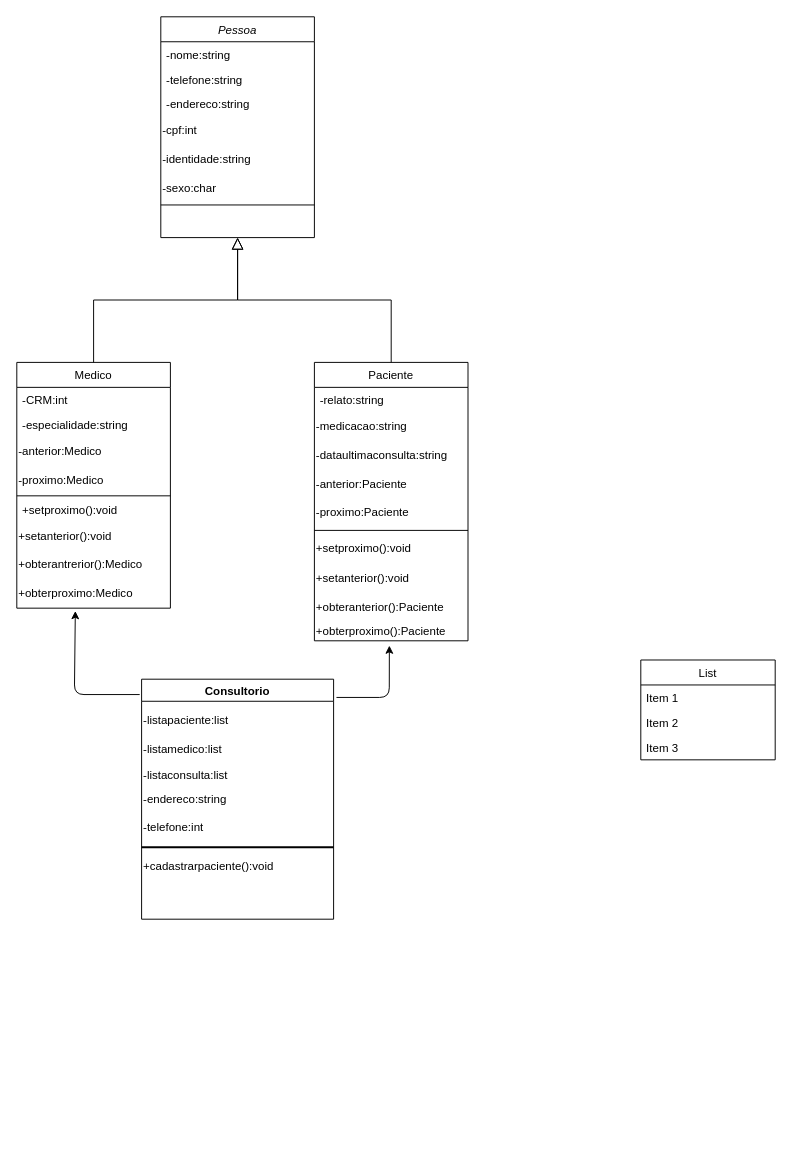
Before: Diagrama do consultorio medico.drawio in frankleitelemoscosta/Orientacao-a-objeto, a draw.io diagram. Source tidied: cells renumbered, new cells numbered last; positions are measured from the earlier drawing's top-left corner, leaving out a move shared by most shapes. Both pictures are drawn from the tidied source at 96%, with x=0, y=0 at pixel (16, 16).
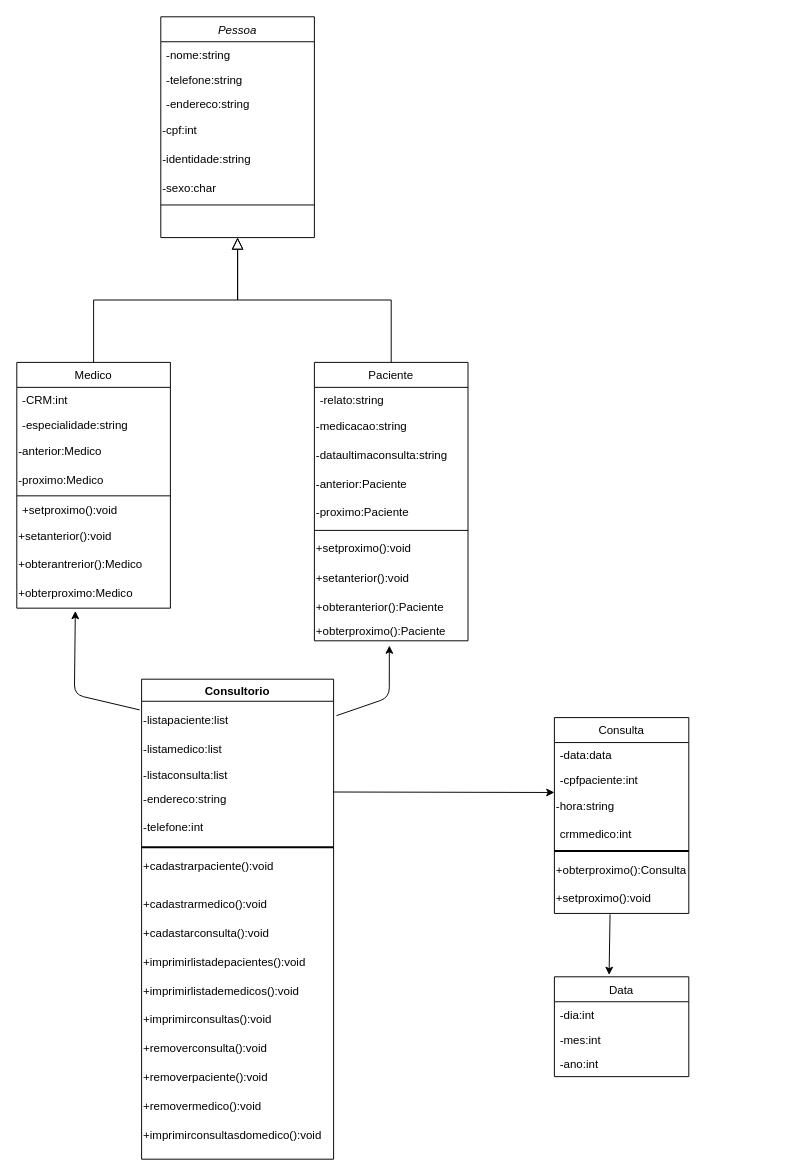
Above is the later version.

Commit message:
adicionando novas classes ao diagrama,adding new class in the class diagram

The change refers to these unchanged cells:
```xml
<mxCell id="38" value="-endereco:string" style="text;html=1;strokeColor=none;fillColor=none;align=left;verticalAlign=middle;whiteSpace=wrap;rounded=0;" parent="33" vertex="1">
  <mxGeometry y="110" width="200" height="30" as="geometry" />
</mxCell>
```

Change to the diagram source:
```diff
@@
     <mxCell id="33" value="Consultorio" style="swimlane;align=center;" parent="1" vertex="1">
-      <mxGeometry x="130" y="690" width="200" height="250" as="geometry" />
+      <mxGeometry x="130" y="690" width="200" height="500" as="geometry" />
     </mxCell>
@@
-    <mxCell id="41" value="List" style="swimlane;fontStyle=0;horizontal=1;startSize=26;fillColor=none;" parent="1" vertex="1">
-      <mxGeometry x="650" y="670" width="140" height="104" as="geometry" />
-    </mxCell>
-    <mxCell id="42" value="Item 1" style="text;strokeColor=none;fillColor=none;align=left;verticalAlign=top;spacingLeft=4;spacingRight=4;overflow=hidden;" parent="41" vertex="1">
-      <mxGeometry y="26" width="140" height="26" as="geometry" />
-    </mxCell>
-    <mxCell id="43" value="Item 2" style="text;strokeColor=none;fillColor=none;align=left;verticalAlign=top;spacingLeft=4;spacingRight=4;overflow=hidden;" parent="41" vertex="1">
-      <mxGeometry y="52" width="140" height="26" as="geometry" />
-    </mxCell>
-    <mxCell id="44" value="Item 3" style="text;strokeColor=none;fillColor=none;align=left;verticalAlign=top;spacingLeft=4;spacingRight=4;overflow=hidden;" parent="41" vertex="1">
-      <mxGeometry y="78" width="140" height="26" as="geometry" />
-    </mxCell>
+    <mxCell id="47" value="+cadastrarmedico():void" style="text;html=1;strokeColor=none;fillColor=none;align=left;verticalAlign=middle;whiteSpace=wrap;rounded=0;" parent="33" vertex="1">
+      <mxGeometry y="220" width="200" height="30" as="geometry" />
+    </mxCell>
+    <mxCell id="48" value="+cadastarconsulta():void" style="text;html=1;strokeColor=none;fillColor=none;align=left;verticalAlign=middle;whiteSpace=wrap;rounded=0;" parent="33" vertex="1">
+      <mxGeometry y="250" width="200" height="30" as="geometry" />
+    </mxCell>
+    <mxCell id="49" value="+imprimirlistadepacientes():void" style="text;html=1;strokeColor=none;fillColor=none;align=left;verticalAlign=middle;whiteSpace=wrap;rounded=0;" parent="33" vertex="1">
+      <mxGeometry y="280" width="200" height="30" as="geometry" />
+    </mxCell>
+    <mxCell id="50" value="+imprimirlistademedicos():void" style="text;html=1;strokeColor=none;fillColor=none;align=left;verticalAlign=middle;whiteSpace=wrap;rounded=0;" parent="33" vertex="1">
+      <mxGeometry y="310" width="200" height="30" as="geometry" />
+    </mxCell>
+    <mxCell id="51" value="+imprimirconsultasdomedico():void" style="text;html=1;strokeColor=none;fillColor=none;align=left;verticalAlign=middle;whiteSpace=wrap;rounded=0;" parent="33" vertex="1">
+      <mxGeometry y="460" width="200" height="30" as="geometry" />
+    </mxCell>
@@
+    <mxCell id="52" value="+imprimirconsultas():void" style="text;html=1;strokeColor=none;fillColor=none;align=left;verticalAlign=middle;whiteSpace=wrap;rounded=0;" parent="1" vertex="1">
+      <mxGeometry x="130" y="1030" width="200" height="30" as="geometry" />
+    </mxCell>
+    <mxCell id="53" value="+removerconsulta():void" style="text;html=1;strokeColor=none;fillColor=none;align=left;verticalAlign=middle;whiteSpace=wrap;rounded=0;" parent="1" vertex="1">
+      <mxGeometry x="130" y="1060" width="200" height="30" as="geometry" />
+    </mxCell>
+    <mxCell id="54" value="+removerpaciente():void" style="text;html=1;strokeColor=none;fillColor=none;align=left;verticalAlign=middle;whiteSpace=wrap;rounded=0;" parent="1" vertex="1">
+      <mxGeometry x="130" y="1090" width="200" height="30" as="geometry" />
+    </mxCell>
+    <mxCell id="55" value="+removermedico():void" style="text;html=1;strokeColor=none;fillColor=none;align=left;verticalAlign=middle;whiteSpace=wrap;rounded=0;" parent="1" vertex="1">
+      <mxGeometry x="130" y="1120" width="200" height="30" as="geometry" />
+    </mxCell>
+    <mxCell id="56" value="Consulta" style="swimlane;fontStyle=0;horizontal=1;startSize=26;fillColor=none;" parent="1" vertex="1">
+      <mxGeometry x="560" y="730" width="140" height="204" as="geometry" />
+    </mxCell>
+    <mxCell id="57" value="-data:data" style="text;strokeColor=none;fillColor=none;align=left;verticalAlign=top;spacingLeft=4;spacingRight=4;overflow=hidden;" parent="56" vertex="1">
+      <mxGeometry y="26" width="140" height="26" as="geometry" />
+    </mxCell>
+    <mxCell id="58" value="-cpfpaciente:int" style="text;strokeColor=none;fillColor=none;align=left;verticalAlign=top;spacingLeft=4;spacingRight=4;overflow=hidden;" parent="56" vertex="1">
+      <mxGeometry y="52" width="140" height="26" as="geometry" />
+    </mxCell>
+    <mxCell id="59" value="-hora:string" style="text;html=1;strokeColor=none;fillColor=none;align=left;verticalAlign=middle;whiteSpace=wrap;rounded=0;" parent="56" vertex="1">
+      <mxGeometry y="78" width="140" height="30" as="geometry" />
+    </mxCell>
+    <mxCell id="60" value="crmmedico:int" style="text;strokeColor=none;fillColor=none;align=left;verticalAlign=top;spacingLeft=4;spacingRight=4;overflow=hidden;" parent="56" vertex="1">
+      <mxGeometry y="108" width="140" height="26" as="geometry" />
+    </mxCell>
+    <mxCell id="61" style="line;strokeWidth=2;html=1;" parent="56" vertex="1">
+      <mxGeometry y="134" width="140" height="10" as="geometry" />
+    </mxCell>
+    <mxCell id="62" value="+obterproximo():Consulta" style="text;html=1;strokeColor=none;fillColor=none;align=left;verticalAlign=middle;whiteSpace=wrap;rounded=0;" parent="56" vertex="1">
+      <mxGeometry y="144" width="140" height="30" as="geometry" />
+    </mxCell>
+    <mxCell id="63" value="+setproximo():void" style="text;html=1;strokeColor=none;fillColor=none;align=left;verticalAlign=middle;whiteSpace=wrap;rounded=0;" parent="56" vertex="1">
+      <mxGeometry y="174" width="140" height="30" as="geometry" />
+    </mxCell>
+    <mxCell id="64" style="endArrow=classic;html=1;exitX=1;exitY=0.25;exitDx=0;exitDy=0;entryX=0;entryY=0;entryDx=0;entryDy=0;" parent="1" edge="1" source="38" target="59">
+      <mxGeometry relative="1" as="geometry" />
+    </mxCell>
+    <mxCell id="65" value="Data" style="swimlane;fontStyle=0;horizontal=1;startSize=26;fillColor=none;" parent="1" vertex="1">
+      <mxGeometry x="560" y="1000" width="140" height="104" as="geometry" />
+    </mxCell>
+    <mxCell id="66" value="-dia:int" style="text;strokeColor=none;fillColor=none;align=left;verticalAlign=top;spacingLeft=4;spacingRight=4;overflow=hidden;" parent="65" vertex="1">
+      <mxGeometry y="26" width="140" height="26" as="geometry" />
+    </mxCell>
+    <mxCell id="67" value="-mes:int" style="text;strokeColor=none;fillColor=none;align=left;verticalAlign=top;spacingLeft=4;spacingRight=4;overflow=hidden;" parent="65" vertex="1">
+      <mxGeometry y="52" width="140" height="26" as="geometry" />
+    </mxCell>
+    <mxCell id="68" value="-ano:int" style="text;strokeColor=none;fillColor=none;align=left;verticalAlign=top;spacingLeft=4;spacingRight=4;overflow=hidden;" parent="65" vertex="1">
+      <mxGeometry y="78" width="140" height="26" as="geometry" />
+    </mxCell>
+    <mxCell id="69" style="endArrow=classic;html=1;exitX=0.414;exitY=1.033;exitDx=0;exitDy=0;exitPerimeter=0;entryX=0.407;entryY=-0.019;entryDx=0;entryDy=0;entryPerimeter=0;" parent="1" edge="1" source="63" target="65">
+      <mxGeometry relative="1" as="geometry" />
+    </mxCell>
```
